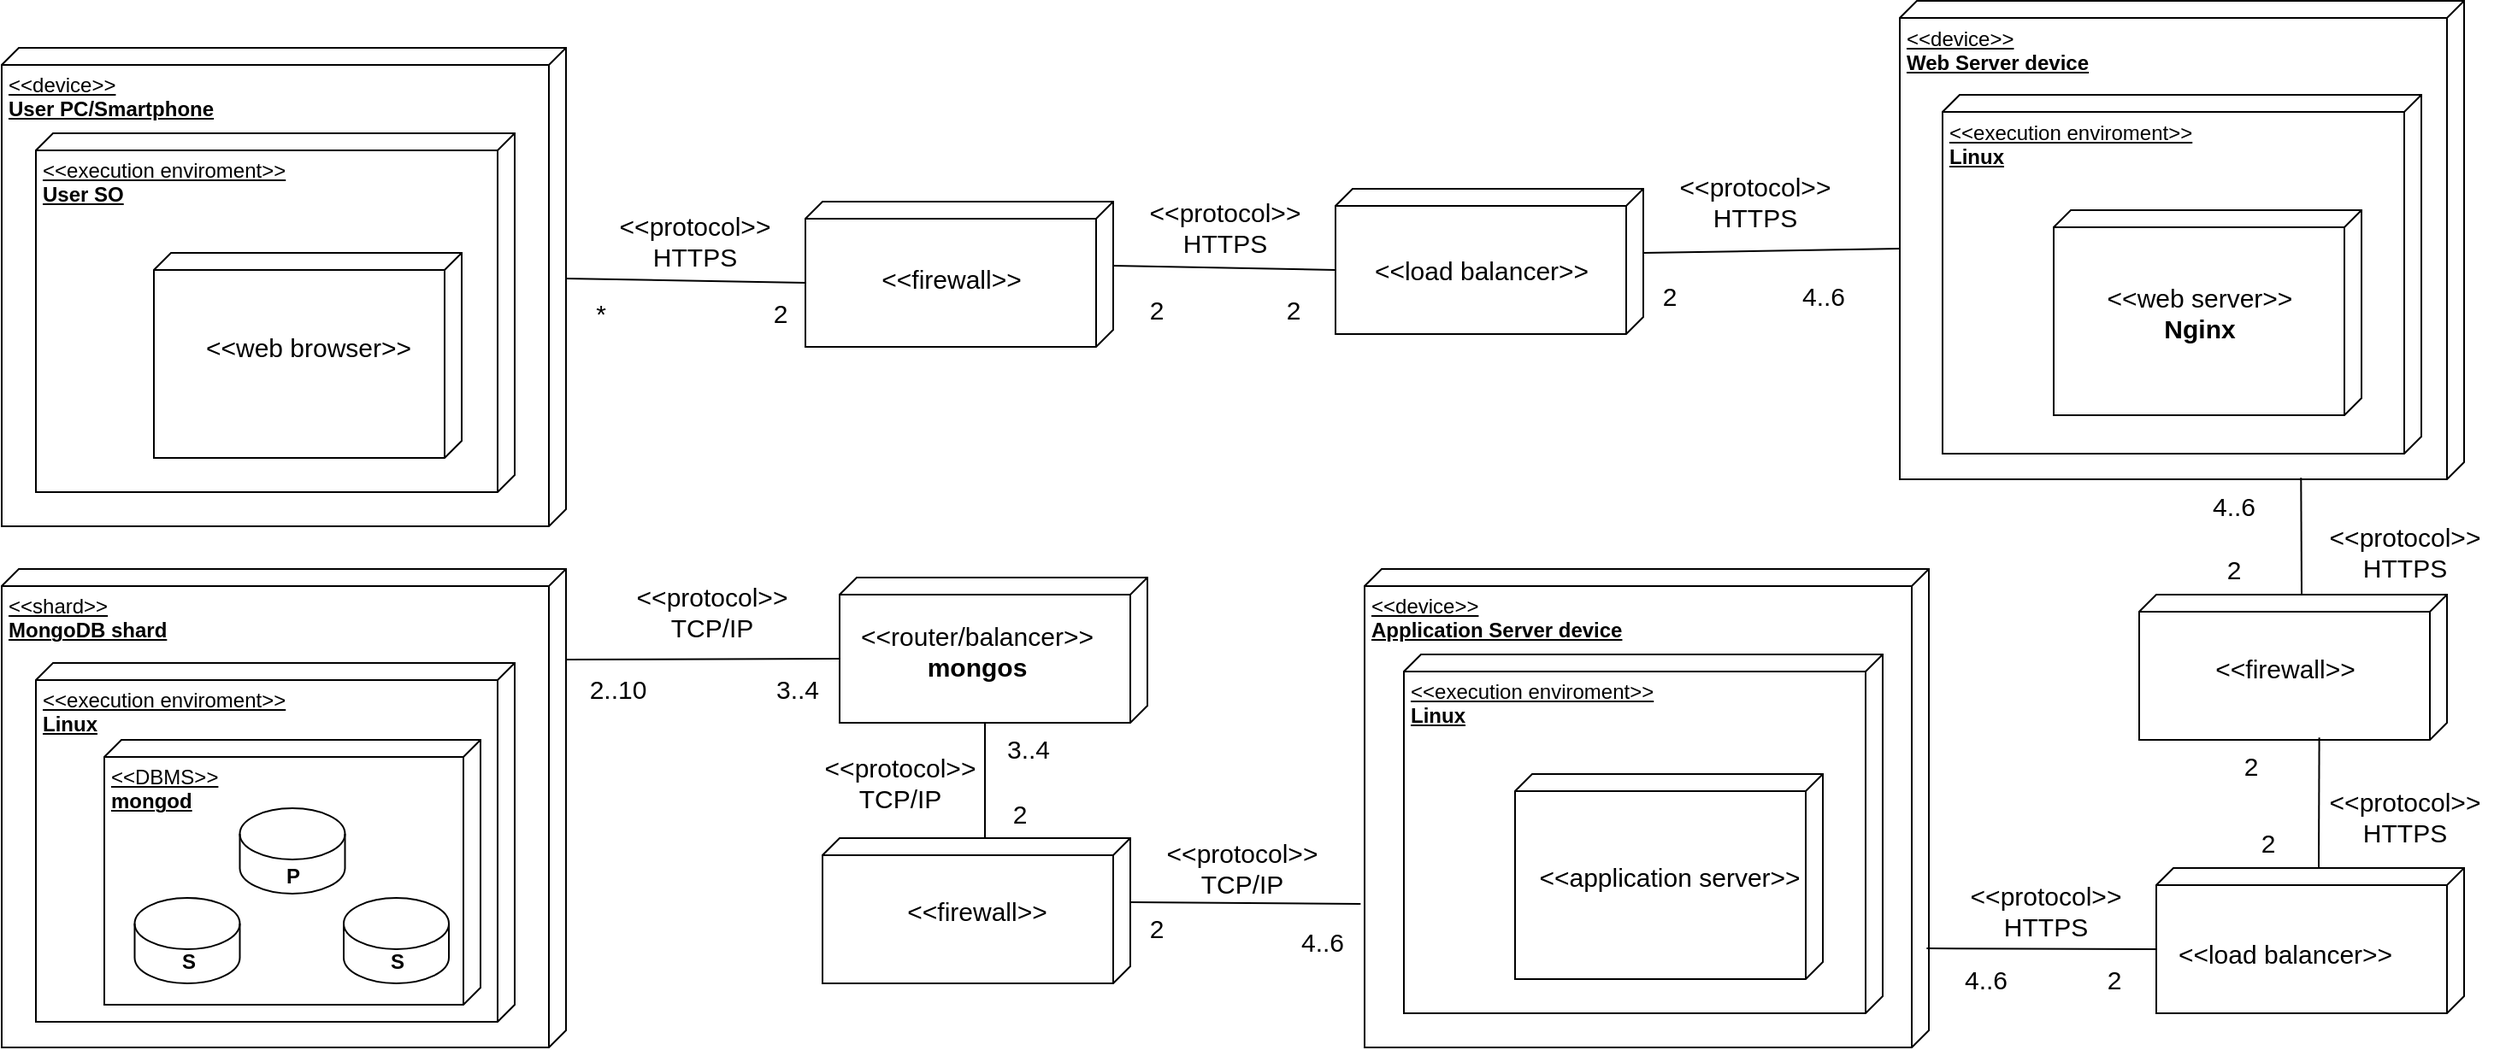
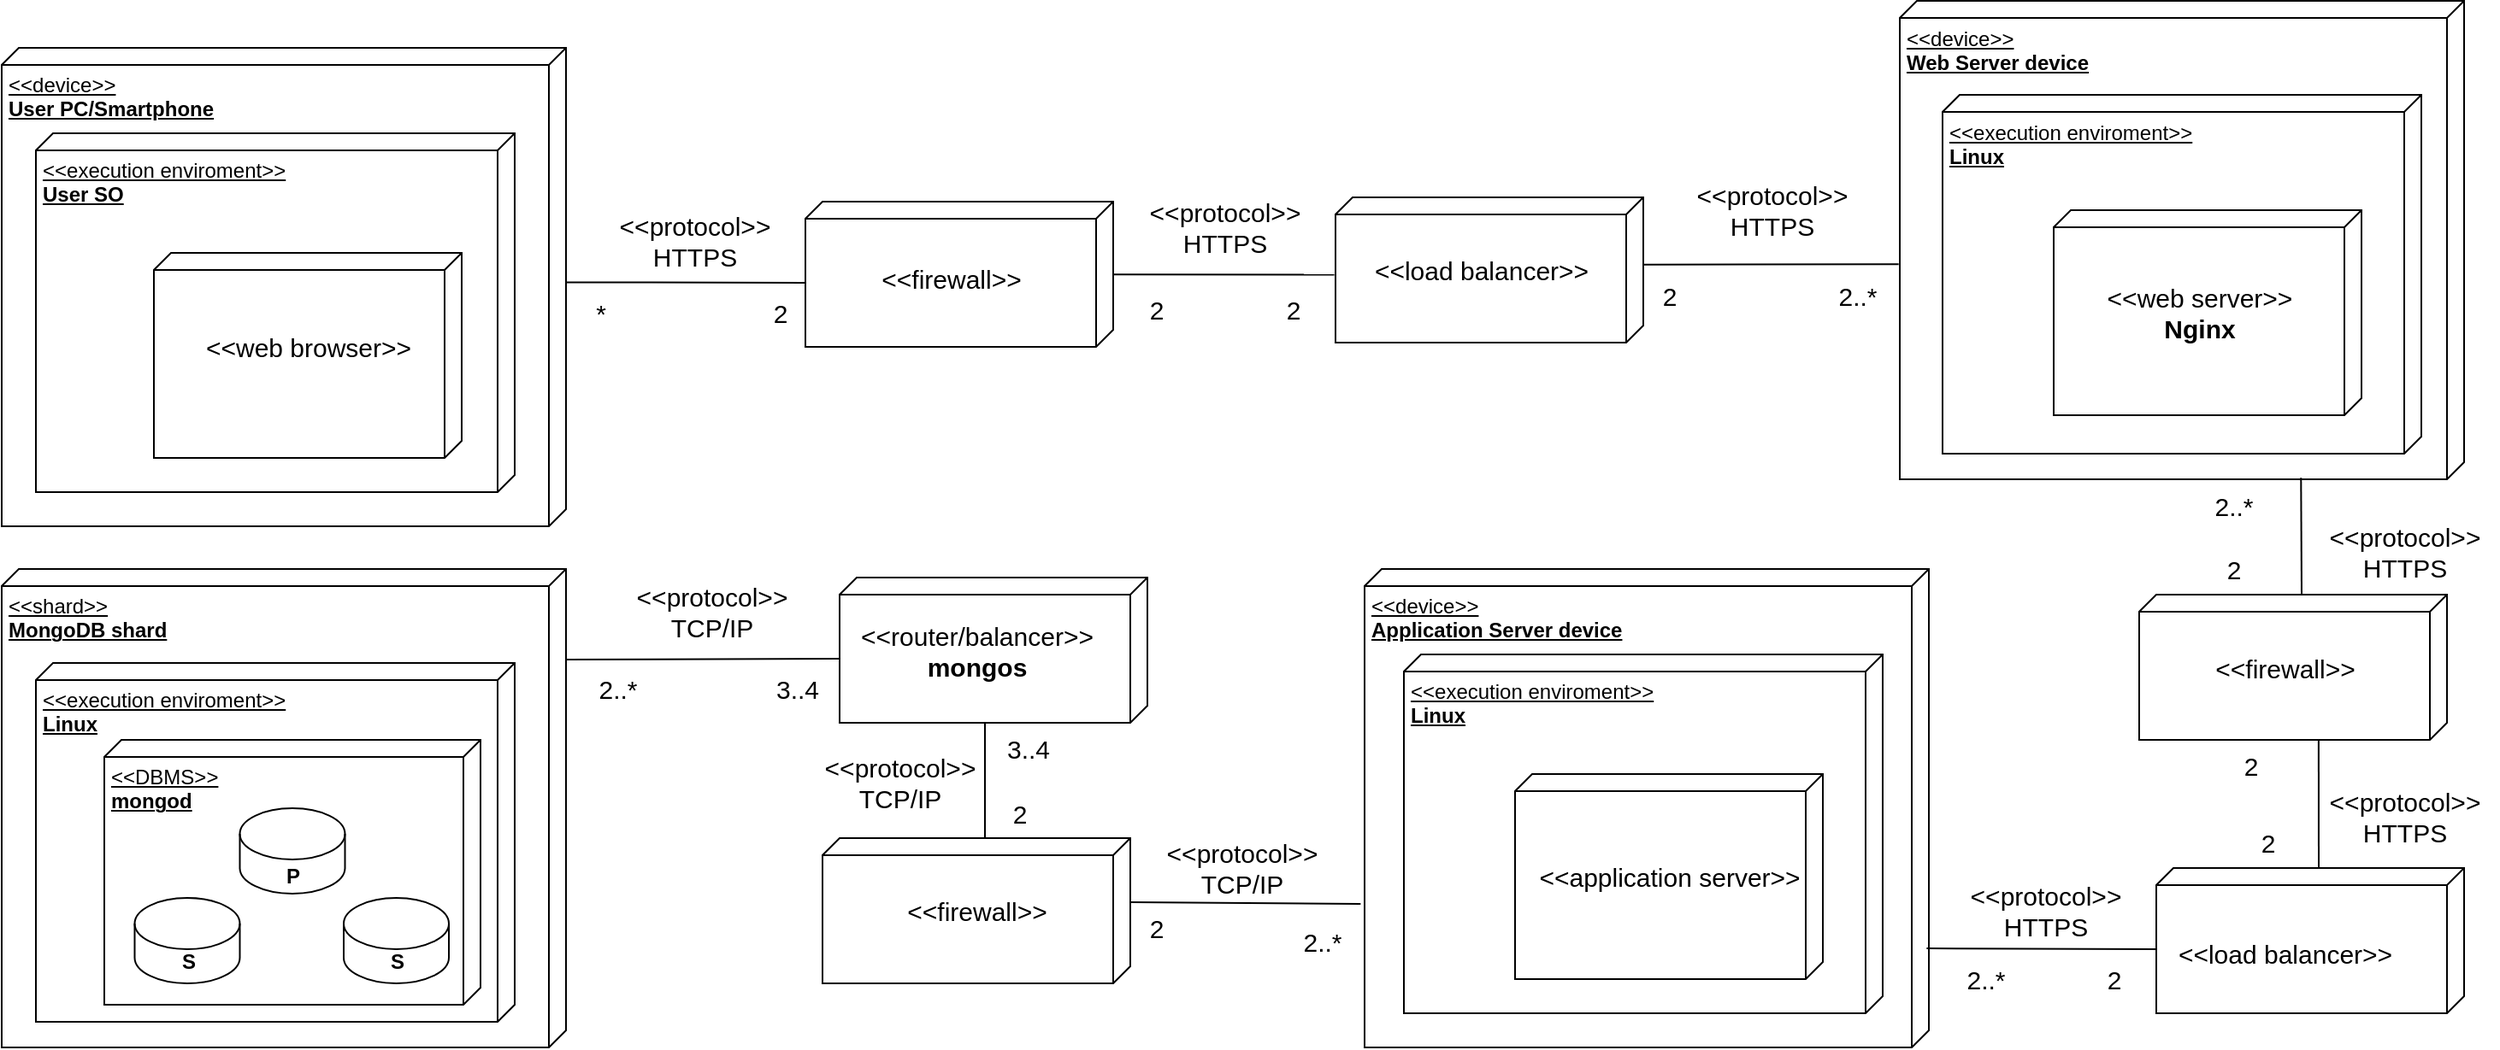
- <mxfile host="app.diagrams.net" agent="Mozilla/5.0 (Macintosh; Intel Mac OS X 10_15_7) AppleWebKit/537.36 (KHTML, like Gecko) Chrome/131.0.0.0 Safari/537.36" version="25.0.3">
+ <mxfile host="app.diagrams.net" agent="Mozilla/5.0 (Macintosh; Intel Mac OS X 10_15_7) AppleWebKit/605.1.15 (KHTML, like Gecko) Version/17.6 Safari/605.1.15" version="25.0.3">
  <diagram id="JccwtnvZ46UkgfVO2CxK" name="Pagina-1">
-     <mxGraphModel dx="1095" dy="915" grid="1" gridSize="10" guides="1" tooltips="1" connect="1" arrows="1" fold="1" page="1" pageScale="1" pageWidth="827" pageHeight="1169" math="0" shadow="0">
+     <mxGraphModel dx="1968" dy="1334" grid="0" gridSize="10" guides="1" tooltips="1" connect="1" arrows="1" fold="1" page="1" pageScale="1" pageWidth="827" pageHeight="1169" math="0" shadow="0">
      <root>
        <mxCell id="0" />
        <mxCell id="1" parent="0" />
-         <mxCell id="-jdkFNmnd9usdq8cUEob-1" value="Block" style="verticalAlign=top;align=left;spacingTop=8;spacingLeft=2;spacingRight=12;shape=cube;size=10;direction=south;fontStyle=4;html=1;whiteSpace=wrap;" vertex="1" parent="1">
+         <mxCell id="-jdkFNmnd9usdq8cUEob-1" value="Block" style="verticalAlign=top;align=left;spacingTop=8;spacingLeft=2;spacingRight=12;shape=cube;size=10;direction=south;fontStyle=4;html=1;whiteSpace=wrap;" parent="1" vertex="1">
          <mxGeometry x="180" y="270" width="180" height="120" as="geometry" />
        </mxCell>
-         <mxCell id="-jdkFNmnd9usdq8cUEob-2" value="&amp;lt;&amp;lt;device&amp;gt;&amp;gt;&lt;div&gt;&lt;b&gt;User PC/Smartphone&lt;/b&gt;&lt;/div&gt;" style="verticalAlign=top;align=left;spacingTop=8;spacingLeft=2;spacingRight=12;shape=cube;size=10;direction=south;fontStyle=4;html=1;whiteSpace=wrap;" vertex="1" parent="1">
+         <mxCell id="-jdkFNmnd9usdq8cUEob-2" value="&amp;lt;&amp;lt;device&amp;gt;&amp;gt;&lt;div&gt;&lt;b&gt;User PC/Smartphone&lt;/b&gt;&lt;/div&gt;" style="verticalAlign=top;align=left;spacingTop=8;spacingLeft=2;spacingRight=12;shape=cube;size=10;direction=south;fontStyle=4;html=1;whiteSpace=wrap;" parent="1" vertex="1">
          <mxGeometry x="30" y="130" width="330" height="280" as="geometry" />
        </mxCell>
-         <mxCell id="-jdkFNmnd9usdq8cUEob-3" value="&amp;lt;&amp;lt;execution enviroment&amp;gt;&amp;gt;&lt;div&gt;&lt;b&gt;User SO&lt;/b&gt;&lt;/div&gt;" style="verticalAlign=top;align=left;spacingTop=8;spacingLeft=2;spacingRight=12;shape=cube;size=10;direction=south;fontStyle=4;html=1;whiteSpace=wrap;" vertex="1" parent="1">
+         <mxCell id="-jdkFNmnd9usdq8cUEob-3" value="&amp;lt;&amp;lt;execution enviroment&amp;gt;&amp;gt;&lt;div&gt;&lt;b&gt;User SO&lt;/b&gt;&lt;/div&gt;" style="verticalAlign=top;align=left;spacingTop=8;spacingLeft=2;spacingRight=12;shape=cube;size=10;direction=south;fontStyle=4;html=1;whiteSpace=wrap;" parent="1" vertex="1">
          <mxGeometry x="50" y="180" width="280" height="210" as="geometry" />
        </mxCell>
-         <mxCell id="-jdkFNmnd9usdq8cUEob-6" value="" style="verticalAlign=top;align=left;spacingTop=8;spacingLeft=2;spacingRight=12;shape=cube;size=10;direction=south;fontStyle=4;html=1;whiteSpace=wrap;" vertex="1" parent="1">
+         <mxCell id="-jdkFNmnd9usdq8cUEob-6" value="" style="verticalAlign=top;align=left;spacingTop=8;spacingLeft=2;spacingRight=12;shape=cube;size=10;direction=south;fontStyle=4;html=1;whiteSpace=wrap;" parent="1" vertex="1">
          <mxGeometry x="119" y="250" width="180" height="120" as="geometry" />
        </mxCell>
-         <mxCell id="-jdkFNmnd9usdq8cUEob-8" value="&lt;font style=&quot;font-size: 15px;&quot;&gt;&amp;lt;&amp;lt;web browser&amp;gt;&amp;gt;&lt;/font&gt;" style="text;html=1;align=center;verticalAlign=middle;resizable=0;points=[];autosize=1;strokeColor=none;fillColor=none;" vertex="1" parent="1">
+         <mxCell id="-jdkFNmnd9usdq8cUEob-8" value="&lt;font style=&quot;font-size: 15px;&quot;&gt;&amp;lt;&amp;lt;web browser&amp;gt;&amp;gt;&lt;/font&gt;" style="text;html=1;align=center;verticalAlign=middle;resizable=0;points=[];autosize=1;strokeColor=none;fillColor=none;" parent="1" vertex="1">
          <mxGeometry x="139" y="290" width="140" height="30" as="geometry" />
        </mxCell>
-         <mxCell id="-jdkFNmnd9usdq8cUEob-9" value="" style="verticalAlign=top;align=left;spacingTop=8;spacingLeft=2;spacingRight=12;shape=cube;size=10;direction=south;fontStyle=4;html=1;whiteSpace=wrap;" vertex="1" parent="1">
+         <mxCell id="-jdkFNmnd9usdq8cUEob-9" value="" style="verticalAlign=top;align=left;spacingTop=8;spacingLeft=2;spacingRight=12;shape=cube;size=10;direction=south;fontStyle=4;html=1;whiteSpace=wrap;" parent="1" vertex="1">
          <mxGeometry x="500" y="220" width="180" height="85" as="geometry" />
        </mxCell>
-         <mxCell id="-jdkFNmnd9usdq8cUEob-10" value="&lt;font style=&quot;font-size: 15px;&quot;&gt;&amp;lt;&amp;lt;firewall&amp;gt;&amp;gt;&lt;/font&gt;" style="text;html=1;align=center;verticalAlign=middle;resizable=0;points=[];autosize=1;strokeColor=none;fillColor=none;" vertex="1" parent="1">
+         <mxCell id="-jdkFNmnd9usdq8cUEob-10" value="&lt;font style=&quot;font-size: 15px;&quot;&gt;&amp;lt;&amp;lt;firewall&amp;gt;&amp;gt;&lt;/font&gt;" style="text;html=1;align=center;verticalAlign=middle;resizable=0;points=[];autosize=1;strokeColor=none;fillColor=none;" parent="1" vertex="1">
          <mxGeometry x="530" y="250" width="110" height="30" as="geometry" />
        </mxCell>
-         <mxCell id="-jdkFNmnd9usdq8cUEob-11" value="" style="endArrow=none;html=1;rounded=0;entryX=0;entryY=0;entryDx=47.5;entryDy=180;entryPerimeter=0;exitX=0;exitY=0;exitDx=135;exitDy=0;exitPerimeter=0;" edge="1" parent="1" source="-jdkFNmnd9usdq8cUEob-2" target="-jdkFNmnd9usdq8cUEob-9">
+         <mxCell id="-jdkFNmnd9usdq8cUEob-11" value="" style="endArrow=none;html=1;rounded=0;entryX=0;entryY=0;entryDx=47.5;entryDy=180;entryPerimeter=0;exitX=0.49;exitY=0;exitDx=0;exitDy=0;exitPerimeter=0;" parent="1" source="-jdkFNmnd9usdq8cUEob-2" target="-jdkFNmnd9usdq8cUEob-9" edge="1">
          <mxGeometry width="50" height="50" relative="1" as="geometry">
            <mxPoint x="490" y="470" as="sourcePoint" />
            <mxPoint x="540" y="420" as="targetPoint" />
          </mxGeometry>
        </mxCell>
-         <mxCell id="-jdkFNmnd9usdq8cUEob-13" value="&lt;div&gt;&lt;font style=&quot;font-size: 15px;&quot;&gt;&amp;lt;&amp;lt;protocol&amp;gt;&amp;gt;&lt;/font&gt;&lt;/div&gt;&lt;font style=&quot;font-size: 15px;&quot;&gt;HTTPS&lt;/font&gt;" style="text;html=1;align=center;verticalAlign=middle;resizable=0;points=[];autosize=1;strokeColor=none;fillColor=none;" vertex="1" parent="1">
+         <mxCell id="-jdkFNmnd9usdq8cUEob-13" value="&lt;div&gt;&lt;font style=&quot;font-size: 15px;&quot;&gt;&amp;lt;&amp;lt;protocol&amp;gt;&amp;gt;&lt;/font&gt;&lt;/div&gt;&lt;font style=&quot;font-size: 15px;&quot;&gt;HTTPS&lt;/font&gt;" style="text;html=1;align=center;verticalAlign=middle;resizable=0;points=[];autosize=1;strokeColor=none;fillColor=none;" parent="1" vertex="1">
          <mxGeometry x="380" y="217.5" width="110" height="50" as="geometry" />
        </mxCell>
-         <mxCell id="-jdkFNmnd9usdq8cUEob-15" value="" style="verticalAlign=top;align=left;spacingTop=8;spacingLeft=2;spacingRight=12;shape=cube;size=10;direction=south;fontStyle=4;html=1;whiteSpace=wrap;" vertex="1" parent="1">
-           <mxGeometry x="810" y="212.5" width="180" height="85" as="geometry" />
-         </mxCell>
-         <mxCell id="-jdkFNmnd9usdq8cUEob-16" value="" style="endArrow=none;html=1;rounded=0;entryX=0;entryY=0;entryDx=47.5;entryDy=180;entryPerimeter=0;exitX=0;exitY=0;exitDx=37.5;exitDy=0;exitPerimeter=0;" edge="1" parent="1" source="-jdkFNmnd9usdq8cUEob-9" target="-jdkFNmnd9usdq8cUEob-15">
+         <mxCell id="-jdkFNmnd9usdq8cUEob-15" value="" style="verticalAlign=top;align=left;spacingTop=8;spacingLeft=2;spacingRight=12;shape=cube;size=10;direction=south;fontStyle=4;html=1;whiteSpace=wrap;" parent="1" vertex="1">
+           <mxGeometry x="810" y="217.5" width="180" height="85" as="geometry" />
+         </mxCell>
+         <mxCell id="-jdkFNmnd9usdq8cUEob-16" value="" style="endArrow=none;html=1;rounded=0;entryX=0.533;entryY=1.004;entryDx=0;entryDy=0;entryPerimeter=0;" parent="1" source="-jdkFNmnd9usdq8cUEob-9" target="-jdkFNmnd9usdq8cUEob-15" edge="1">
          <mxGeometry width="50" height="50" relative="1" as="geometry">
            <mxPoint x="690" y="370" as="sourcePoint" />
            <mxPoint x="740" y="320" as="targetPoint" />
          </mxGeometry>
        </mxCell>
-         <mxCell id="-jdkFNmnd9usdq8cUEob-18" value="&lt;div&gt;&lt;font style=&quot;font-size: 15px;&quot;&gt;&amp;lt;&amp;lt;protocol&amp;gt;&amp;gt;&lt;/font&gt;&lt;/div&gt;&lt;span style=&quot;font-size: 15px;&quot;&gt;HTTPS&lt;/span&gt;" style="text;html=1;align=center;verticalAlign=middle;resizable=0;points=[];autosize=1;strokeColor=none;fillColor=none;" vertex="1" parent="1">
+         <mxCell id="-jdkFNmnd9usdq8cUEob-18" value="&lt;div&gt;&lt;font style=&quot;font-size: 15px;&quot;&gt;&amp;lt;&amp;lt;protocol&amp;gt;&amp;gt;&lt;/font&gt;&lt;/div&gt;&lt;span style=&quot;font-size: 15px;&quot;&gt;HTTPS&lt;/span&gt;" style="text;html=1;align=center;verticalAlign=middle;resizable=0;points=[];autosize=1;strokeColor=none;fillColor=none;" parent="1" vertex="1">
          <mxGeometry x="690" y="210" width="110" height="50" as="geometry" />
        </mxCell>
-         <mxCell id="-jdkFNmnd9usdq8cUEob-19" value="&lt;font style=&quot;font-size: 15px;&quot;&gt;&amp;lt;&amp;lt;load balancer&amp;gt;&amp;gt;&lt;/font&gt;" style="text;html=1;align=center;verticalAlign=middle;resizable=0;points=[];autosize=1;strokeColor=none;fillColor=none;" vertex="1" parent="1">
+         <mxCell id="-jdkFNmnd9usdq8cUEob-19" value="&lt;font style=&quot;font-size: 15px;&quot;&gt;&amp;lt;&amp;lt;load balancer&amp;gt;&amp;gt;&lt;/font&gt;" style="text;html=1;align=center;verticalAlign=middle;resizable=0;points=[];autosize=1;strokeColor=none;fillColor=none;" parent="1" vertex="1">
          <mxGeometry x="820" y="245" width="150" height="30" as="geometry" />
        </mxCell>
-         <mxCell id="-jdkFNmnd9usdq8cUEob-20" value="&lt;font style=&quot;font-size: 15px;&quot;&gt;2&lt;/font&gt;" style="text;html=1;align=center;verticalAlign=middle;resizable=0;points=[];autosize=1;strokeColor=none;fillColor=none;" vertex="1" parent="1">
+         <mxCell id="-jdkFNmnd9usdq8cUEob-20" value="&lt;font style=&quot;font-size: 15px;&quot;&gt;2&lt;/font&gt;" style="text;html=1;align=center;verticalAlign=middle;resizable=0;points=[];autosize=1;strokeColor=none;fillColor=none;" parent="1" vertex="1">
          <mxGeometry x="470" y="270" width="30" height="30" as="geometry" />
        </mxCell>
-         <mxCell id="-jdkFNmnd9usdq8cUEob-21" value="&lt;font style=&quot;font-size: 15px;&quot;&gt;2&lt;/font&gt;" style="text;html=1;align=center;verticalAlign=middle;resizable=0;points=[];autosize=1;strokeColor=none;fillColor=none;" vertex="1" parent="1">
+         <mxCell id="-jdkFNmnd9usdq8cUEob-21" value="&lt;font style=&quot;font-size: 15px;&quot;&gt;2&lt;/font&gt;" style="text;html=1;align=center;verticalAlign=middle;resizable=0;points=[];autosize=1;strokeColor=none;fillColor=none;" parent="1" vertex="1">
          <mxGeometry x="690" y="267.5" width="30" height="30" as="geometry" />
        </mxCell>
-         <mxCell id="-jdkFNmnd9usdq8cUEob-22" value="&lt;font style=&quot;font-size: 15px;&quot;&gt;2&lt;/font&gt;" style="text;html=1;align=center;verticalAlign=middle;resizable=0;points=[];autosize=1;strokeColor=none;fillColor=none;" vertex="1" parent="1">
+         <mxCell id="-jdkFNmnd9usdq8cUEob-22" value="&lt;font style=&quot;font-size: 15px;&quot;&gt;2&lt;/font&gt;" style="text;html=1;align=center;verticalAlign=middle;resizable=0;points=[];autosize=1;strokeColor=none;fillColor=none;" parent="1" vertex="1">
          <mxGeometry x="770" y="267.5" width="30" height="30" as="geometry" />
        </mxCell>
-         <mxCell id="-jdkFNmnd9usdq8cUEob-24" value="&amp;lt;&amp;lt;device&amp;gt;&amp;gt;&lt;div&gt;&lt;b&gt;Web Server device&lt;/b&gt;&lt;/div&gt;" style="verticalAlign=top;align=left;spacingTop=8;spacingLeft=2;spacingRight=12;shape=cube;size=10;direction=south;fontStyle=4;html=1;whiteSpace=wrap;" vertex="1" parent="1">
+         <mxCell id="-jdkFNmnd9usdq8cUEob-24" value="&amp;lt;&amp;lt;device&amp;gt;&amp;gt;&lt;div&gt;&lt;b&gt;Web Server device&lt;/b&gt;&lt;/div&gt;" style="verticalAlign=top;align=left;spacingTop=8;spacingLeft=2;spacingRight=12;shape=cube;size=10;direction=south;fontStyle=4;html=1;whiteSpace=wrap;" parent="1" vertex="1">
          <mxGeometry x="1140" y="102.5" width="330" height="280" as="geometry" />
        </mxCell>
-         <mxCell id="-jdkFNmnd9usdq8cUEob-25" value="&amp;lt;&amp;lt;execution enviroment&amp;gt;&amp;gt;&lt;div&gt;&lt;b&gt;Linux&lt;/b&gt;&lt;/div&gt;" style="verticalAlign=top;align=left;spacingTop=8;spacingLeft=2;spacingRight=12;shape=cube;size=10;direction=south;fontStyle=4;html=1;whiteSpace=wrap;" vertex="1" parent="1">
+         <mxCell id="-jdkFNmnd9usdq8cUEob-25" value="&amp;lt;&amp;lt;execution enviroment&amp;gt;&amp;gt;&lt;div&gt;&lt;b&gt;Linux&lt;/b&gt;&lt;/div&gt;" style="verticalAlign=top;align=left;spacingTop=8;spacingLeft=2;spacingRight=12;shape=cube;size=10;direction=south;fontStyle=4;html=1;whiteSpace=wrap;" parent="1" vertex="1">
          <mxGeometry x="1165" y="157.5" width="280" height="210" as="geometry" />
        </mxCell>
-         <mxCell id="-jdkFNmnd9usdq8cUEob-26" value="" style="verticalAlign=top;align=left;spacingTop=8;spacingLeft=2;spacingRight=12;shape=cube;size=10;direction=south;fontStyle=4;html=1;whiteSpace=wrap;" vertex="1" parent="1">
+         <mxCell id="-jdkFNmnd9usdq8cUEob-26" value="" style="verticalAlign=top;align=left;spacingTop=8;spacingLeft=2;spacingRight=12;shape=cube;size=10;direction=south;fontStyle=4;html=1;whiteSpace=wrap;" parent="1" vertex="1">
          <mxGeometry x="1230" y="225" width="180" height="120" as="geometry" />
        </mxCell>
-         <mxCell id="-jdkFNmnd9usdq8cUEob-27" value="&lt;font style=&quot;font-size: 15px;&quot;&gt;&amp;lt;&amp;lt;web server&amp;gt;&amp;gt;&lt;/font&gt;&lt;div&gt;&lt;font style=&quot;font-size: 15px;&quot;&gt;&lt;b&gt;Nginx&lt;/b&gt;&lt;/font&gt;&lt;/div&gt;" style="text;html=1;align=center;verticalAlign=middle;resizable=0;points=[];autosize=1;strokeColor=none;fillColor=none;" vertex="1" parent="1">
+         <mxCell id="-jdkFNmnd9usdq8cUEob-27" value="&lt;font style=&quot;font-size: 15px;&quot;&gt;&amp;lt;&amp;lt;web server&amp;gt;&amp;gt;&lt;/font&gt;&lt;div&gt;&lt;font style=&quot;font-size: 15px;&quot;&gt;&lt;b&gt;Nginx&lt;/b&gt;&lt;/font&gt;&lt;/div&gt;" style="text;html=1;align=center;verticalAlign=middle;resizable=0;points=[];autosize=1;strokeColor=none;fillColor=none;" parent="1" vertex="1">
          <mxGeometry x="1250" y="260" width="130" height="50" as="geometry" />
        </mxCell>
-         <mxCell id="-jdkFNmnd9usdq8cUEob-28" value="" style="endArrow=none;html=1;rounded=0;exitX=0;exitY=0;exitDx=145;exitDy=330;exitPerimeter=0;entryX=0;entryY=0;entryDx=37.5;entryDy=0;entryPerimeter=0;" edge="1" parent="1" source="-jdkFNmnd9usdq8cUEob-24" target="-jdkFNmnd9usdq8cUEob-15">
-           <mxGeometry width="50" height="50" relative="1" as="geometry">
-             <mxPoint x="1040" y="200" as="sourcePoint" />
-             <mxPoint x="1090" y="150" as="targetPoint" />
-           </mxGeometry>
-         </mxCell>
-         <mxCell id="-jdkFNmnd9usdq8cUEob-29" value="&lt;div&gt;&lt;font style=&quot;font-size: 15px;&quot;&gt;&amp;lt;&amp;lt;protocol&amp;gt;&amp;gt;&lt;/font&gt;&lt;/div&gt;&lt;span style=&quot;font-size: 15px;&quot;&gt;HTTPS&lt;/span&gt;" style="text;html=1;align=center;verticalAlign=middle;resizable=0;points=[];autosize=1;strokeColor=none;fillColor=none;" vertex="1" parent="1">
-           <mxGeometry x="1000" y="195" width="110" height="50" as="geometry" />
-         </mxCell>
-         <mxCell id="-jdkFNmnd9usdq8cUEob-30" value="&lt;font style=&quot;font-size: 15px;&quot;&gt;*&lt;/font&gt;" style="text;html=1;align=center;verticalAlign=middle;resizable=0;points=[];autosize=1;strokeColor=none;fillColor=none;" vertex="1" parent="1">
+         <mxCell id="-jdkFNmnd9usdq8cUEob-28" value="" style="endArrow=none;html=1;rounded=0;exitX=0.561;exitY=1.002;exitDx=0;exitDy=0;exitPerimeter=0;" parent="1" edge="1">
+           <mxGeometry width="50" height="50" relative="1" as="geometry">
+             <mxPoint x="1139.34" y="256.58000000000015" as="sourcePoint" />
+             <mxPoint x="990" y="256.8420656806218" as="targetPoint" />
+           </mxGeometry>
+         </mxCell>
+         <mxCell id="-jdkFNmnd9usdq8cUEob-29" value="&lt;div&gt;&lt;font style=&quot;font-size: 15px;&quot;&gt;&amp;lt;&amp;lt;protocol&amp;gt;&amp;gt;&lt;/font&gt;&lt;/div&gt;&lt;span style=&quot;font-size: 15px;&quot;&gt;HTTPS&lt;/span&gt;" style="text;html=1;align=center;verticalAlign=middle;resizable=0;points=[];autosize=1;strokeColor=none;fillColor=none;" parent="1" vertex="1">
+           <mxGeometry x="1010" y="200" width="110" height="50" as="geometry" />
+         </mxCell>
+         <mxCell id="-jdkFNmnd9usdq8cUEob-30" value="&lt;font style=&quot;font-size: 15px;&quot;&gt;*&lt;/font&gt;" style="text;html=1;align=center;verticalAlign=middle;resizable=0;points=[];autosize=1;strokeColor=none;fillColor=none;" parent="1" vertex="1">
          <mxGeometry x="365" y="270" width="30" height="30" as="geometry" />
        </mxCell>
-         <mxCell id="-jdkFNmnd9usdq8cUEob-31" value="&lt;font style=&quot;font-size: 15px;&quot;&gt;2&lt;/font&gt;" style="text;html=1;align=center;verticalAlign=middle;resizable=0;points=[];autosize=1;strokeColor=none;fillColor=none;" vertex="1" parent="1">
+         <mxCell id="-jdkFNmnd9usdq8cUEob-31" value="&lt;font style=&quot;font-size: 15px;&quot;&gt;2&lt;/font&gt;" style="text;html=1;align=center;verticalAlign=middle;resizable=0;points=[];autosize=1;strokeColor=none;fillColor=none;" parent="1" vertex="1">
          <mxGeometry x="990" y="260" width="30" height="30" as="geometry" />
        </mxCell>
-         <mxCell id="-jdkFNmnd9usdq8cUEob-32" value="&lt;font style=&quot;font-size: 15px;&quot;&gt;4..6&lt;/font&gt;" style="text;html=1;align=center;verticalAlign=middle;resizable=0;points=[];autosize=1;strokeColor=none;fillColor=none;" vertex="1" parent="1">
-           <mxGeometry x="1070" y="260" width="50" height="30" as="geometry" />
-         </mxCell>
-         <mxCell id="-jdkFNmnd9usdq8cUEob-33" value="" style="verticalAlign=top;align=left;spacingTop=8;spacingLeft=2;spacingRight=12;shape=cube;size=10;direction=south;fontStyle=4;html=1;whiteSpace=wrap;" vertex="1" parent="1">
+         <mxCell id="-jdkFNmnd9usdq8cUEob-32" value="&lt;font style=&quot;font-size: 15px;&quot;&gt;2..*&lt;/font&gt;" style="text;html=1;align=center;verticalAlign=middle;resizable=0;points=[];autosize=1;strokeColor=none;fillColor=none;" parent="1" vertex="1">
+           <mxGeometry x="1090" y="260" width="50" height="30" as="geometry" />
+         </mxCell>
+         <mxCell id="-jdkFNmnd9usdq8cUEob-33" value="" style="verticalAlign=top;align=left;spacingTop=8;spacingLeft=2;spacingRight=12;shape=cube;size=10;direction=south;fontStyle=4;html=1;whiteSpace=wrap;" parent="1" vertex="1">
          <mxGeometry x="1280" y="450" width="180" height="85" as="geometry" />
        </mxCell>
-         <mxCell id="-jdkFNmnd9usdq8cUEob-34" value="" style="endArrow=none;html=1;rounded=0;entryX=0.997;entryY=0.289;entryDx=0;entryDy=0;entryPerimeter=0;exitX=0;exitY=0;exitDx=0;exitDy=85;exitPerimeter=0;" edge="1" parent="1" source="-jdkFNmnd9usdq8cUEob-33" target="-jdkFNmnd9usdq8cUEob-24">
+         <mxCell id="-jdkFNmnd9usdq8cUEob-34" value="" style="endArrow=none;html=1;rounded=0;entryX=0.997;entryY=0.289;entryDx=0;entryDy=0;entryPerimeter=0;exitX=0;exitY=0;exitDx=0;exitDy=85;exitPerimeter=0;" parent="1" source="-jdkFNmnd9usdq8cUEob-33" target="-jdkFNmnd9usdq8cUEob-24" edge="1">
          <mxGeometry width="50" height="50" relative="1" as="geometry">
            <mxPoint x="1220" y="530" as="sourcePoint" />
            <mxPoint x="1270" y="480" as="targetPoint" />
          </mxGeometry>
        </mxCell>
-         <mxCell id="-jdkFNmnd9usdq8cUEob-35" value="&lt;font style=&quot;font-size: 15px;&quot;&gt;4..6&lt;/font&gt;" style="text;html=1;align=center;verticalAlign=middle;resizable=0;points=[];autosize=1;strokeColor=none;fillColor=none;" vertex="1" parent="1">
+         <mxCell id="-jdkFNmnd9usdq8cUEob-35" value="&lt;font style=&quot;font-size: 15px;&quot;&gt;2..*&lt;/font&gt;" style="text;html=1;align=center;verticalAlign=middle;resizable=0;points=[];autosize=1;strokeColor=none;fillColor=none;" parent="1" vertex="1">
          <mxGeometry x="1310" y="382.5" width="50" height="30" as="geometry" />
        </mxCell>
-         <mxCell id="-jdkFNmnd9usdq8cUEob-36" value="&lt;font style=&quot;font-size: 15px;&quot;&gt;2&lt;/font&gt;" style="text;html=1;align=center;verticalAlign=middle;resizable=0;points=[];autosize=1;strokeColor=none;fillColor=none;" vertex="1" parent="1">
+         <mxCell id="-jdkFNmnd9usdq8cUEob-36" value="&lt;font style=&quot;font-size: 15px;&quot;&gt;2&lt;/font&gt;" style="text;html=1;align=center;verticalAlign=middle;resizable=0;points=[];autosize=1;strokeColor=none;fillColor=none;" parent="1" vertex="1">
          <mxGeometry x="1320" y="420" width="30" height="30" as="geometry" />
        </mxCell>
-         <mxCell id="-jdkFNmnd9usdq8cUEob-37" value="&lt;div&gt;&lt;font style=&quot;font-size: 15px;&quot;&gt;&amp;lt;&amp;lt;protocol&amp;gt;&amp;gt;&lt;/font&gt;&lt;/div&gt;&lt;span style=&quot;font-size: 15px;&quot;&gt;HTTPS&lt;/span&gt;" style="text;html=1;align=center;verticalAlign=middle;resizable=0;points=[];autosize=1;strokeColor=none;fillColor=none;" vertex="1" parent="1">
+         <mxCell id="-jdkFNmnd9usdq8cUEob-37" value="&lt;div&gt;&lt;font style=&quot;font-size: 15px;&quot;&gt;&amp;lt;&amp;lt;protocol&amp;gt;&amp;gt;&lt;/font&gt;&lt;/div&gt;&lt;span style=&quot;font-size: 15px;&quot;&gt;HTTPS&lt;/span&gt;" style="text;html=1;align=center;verticalAlign=middle;resizable=0;points=[];autosize=1;strokeColor=none;fillColor=none;" parent="1" vertex="1">
          <mxGeometry x="1380" y="400" width="110" height="50" as="geometry" />
        </mxCell>
-         <mxCell id="-jdkFNmnd9usdq8cUEob-38" value="&lt;font style=&quot;font-size: 15px;&quot;&gt;&amp;lt;&amp;lt;firewall&amp;gt;&amp;gt;&lt;/font&gt;" style="text;html=1;align=center;verticalAlign=middle;resizable=0;points=[];autosize=1;strokeColor=none;fillColor=none;" vertex="1" parent="1">
+         <mxCell id="-jdkFNmnd9usdq8cUEob-38" value="&lt;font style=&quot;font-size: 15px;&quot;&gt;&amp;lt;&amp;lt;firewall&amp;gt;&amp;gt;&lt;/font&gt;" style="text;html=1;align=center;verticalAlign=middle;resizable=0;points=[];autosize=1;strokeColor=none;fillColor=none;" parent="1" vertex="1">
          <mxGeometry x="1310" y="477.5" width="110" height="30" as="geometry" />
        </mxCell>
-         <mxCell id="-jdkFNmnd9usdq8cUEob-39" value="" style="verticalAlign=top;align=left;spacingTop=8;spacingLeft=2;spacingRight=12;shape=cube;size=10;direction=south;fontStyle=4;html=1;whiteSpace=wrap;" vertex="1" parent="1">
+         <mxCell id="-jdkFNmnd9usdq8cUEob-39" value="" style="verticalAlign=top;align=left;spacingTop=8;spacingLeft=2;spacingRight=12;shape=cube;size=10;direction=south;fontStyle=4;html=1;whiteSpace=wrap;" parent="1" vertex="1">
          <mxGeometry x="1290" y="610" width="180" height="85" as="geometry" />
        </mxCell>
-         <mxCell id="-jdkFNmnd9usdq8cUEob-40" value="" style="endArrow=none;html=1;rounded=0;exitX=0;exitY=0;exitDx=0;exitDy=85;exitPerimeter=0;entryX=0.984;entryY=0.415;entryDx=0;entryDy=0;entryPerimeter=0;" edge="1" parent="1" source="-jdkFNmnd9usdq8cUEob-39" target="-jdkFNmnd9usdq8cUEob-33">
+         <mxCell id="-jdkFNmnd9usdq8cUEob-40" value="" style="endArrow=none;html=1;rounded=0;exitX=0;exitY=0;exitDx=0;exitDy=85;exitPerimeter=0;entryX=0.997;entryY=0.417;entryDx=0;entryDy=0;entryPerimeter=0;" parent="1" source="-jdkFNmnd9usdq8cUEob-39" target="-jdkFNmnd9usdq8cUEob-33" edge="1">
          <mxGeometry width="50" height="50" relative="1" as="geometry">
            <mxPoint x="1120" y="520" as="sourcePoint" />
            <mxPoint x="1385" y="530" as="targetPoint" />
          </mxGeometry>
        </mxCell>
-         <mxCell id="-jdkFNmnd9usdq8cUEob-41" value="&lt;font style=&quot;font-size: 15px;&quot;&gt;2&lt;/font&gt;" style="text;html=1;align=center;verticalAlign=middle;resizable=0;points=[];autosize=1;strokeColor=none;fillColor=none;" vertex="1" parent="1">
+         <mxCell id="-jdkFNmnd9usdq8cUEob-41" value="&lt;font style=&quot;font-size: 15px;&quot;&gt;2&lt;/font&gt;" style="text;html=1;align=center;verticalAlign=middle;resizable=0;points=[];autosize=1;strokeColor=none;fillColor=none;" parent="1" vertex="1">
          <mxGeometry x="1330" y="535" width="30" height="30" as="geometry" />
        </mxCell>
-         <mxCell id="-jdkFNmnd9usdq8cUEob-42" value="&lt;font style=&quot;font-size: 15px;&quot;&gt;2&lt;/font&gt;" style="text;html=1;align=center;verticalAlign=middle;resizable=0;points=[];autosize=1;strokeColor=none;fillColor=none;" vertex="1" parent="1">
+         <mxCell id="-jdkFNmnd9usdq8cUEob-42" value="&lt;font style=&quot;font-size: 15px;&quot;&gt;2&lt;/font&gt;" style="text;html=1;align=center;verticalAlign=middle;resizable=0;points=[];autosize=1;strokeColor=none;fillColor=none;" parent="1" vertex="1">
          <mxGeometry x="1340" y="580" width="30" height="30" as="geometry" />
        </mxCell>
-         <mxCell id="-jdkFNmnd9usdq8cUEob-43" value="&lt;div&gt;&lt;font style=&quot;font-size: 15px;&quot;&gt;&amp;lt;&amp;lt;protocol&amp;gt;&amp;gt;&lt;/font&gt;&lt;/div&gt;&lt;span style=&quot;font-size: 15px;&quot;&gt;HTTPS&lt;/span&gt;" style="text;html=1;align=center;verticalAlign=middle;resizable=0;points=[];autosize=1;strokeColor=none;fillColor=none;" vertex="1" parent="1">
+         <mxCell id="-jdkFNmnd9usdq8cUEob-43" value="&lt;div&gt;&lt;font style=&quot;font-size: 15px;&quot;&gt;&amp;lt;&amp;lt;protocol&amp;gt;&amp;gt;&lt;/font&gt;&lt;/div&gt;&lt;span style=&quot;font-size: 15px;&quot;&gt;HTTPS&lt;/span&gt;" style="text;html=1;align=center;verticalAlign=middle;resizable=0;points=[];autosize=1;strokeColor=none;fillColor=none;" parent="1" vertex="1">
          <mxGeometry x="1380" y="555" width="110" height="50" as="geometry" />
        </mxCell>
-         <mxCell id="-jdkFNmnd9usdq8cUEob-44" value="&lt;font style=&quot;font-size: 15px;&quot;&gt;&amp;lt;&amp;lt;load balancer&amp;gt;&amp;gt;&lt;/font&gt;" style="text;html=1;align=center;verticalAlign=middle;resizable=0;points=[];autosize=1;strokeColor=none;fillColor=none;" vertex="1" parent="1">
+         <mxCell id="-jdkFNmnd9usdq8cUEob-44" value="&lt;font style=&quot;font-size: 15px;&quot;&gt;&amp;lt;&amp;lt;load balancer&amp;gt;&amp;gt;&lt;/font&gt;" style="text;html=1;align=center;verticalAlign=middle;resizable=0;points=[];autosize=1;strokeColor=none;fillColor=none;" parent="1" vertex="1">
          <mxGeometry x="1290" y="645" width="150" height="30" as="geometry" />
        </mxCell>
-         <mxCell id="-jdkFNmnd9usdq8cUEob-45" value="Block" style="verticalAlign=top;align=left;spacingTop=8;spacingLeft=2;spacingRight=12;shape=cube;size=10;direction=south;fontStyle=4;html=1;whiteSpace=wrap;" vertex="1" parent="1">
+         <mxCell id="-jdkFNmnd9usdq8cUEob-45" value="Block" style="verticalAlign=top;align=left;spacingTop=8;spacingLeft=2;spacingRight=12;shape=cube;size=10;direction=south;fontStyle=4;html=1;whiteSpace=wrap;" parent="1" vertex="1">
          <mxGeometry x="890" y="575" width="180" height="120" as="geometry" />
        </mxCell>
-         <mxCell id="-jdkFNmnd9usdq8cUEob-46" value="&amp;lt;&amp;lt;device&amp;gt;&amp;gt;&lt;div&gt;&lt;b&gt;Application Server device&lt;/b&gt;&lt;/div&gt;" style="verticalAlign=top;align=left;spacingTop=8;spacingLeft=2;spacingRight=12;shape=cube;size=10;direction=south;fontStyle=4;html=1;whiteSpace=wrap;" vertex="1" parent="1">
+         <mxCell id="-jdkFNmnd9usdq8cUEob-46" value="&amp;lt;&amp;lt;device&amp;gt;&amp;gt;&lt;div&gt;&lt;b&gt;Application Server device&lt;/b&gt;&lt;/div&gt;" style="verticalAlign=top;align=left;spacingTop=8;spacingLeft=2;spacingRight=12;shape=cube;size=10;direction=south;fontStyle=4;html=1;whiteSpace=wrap;" parent="1" vertex="1">
          <mxGeometry x="827" y="435" width="330" height="280" as="geometry" />
        </mxCell>
-         <mxCell id="-jdkFNmnd9usdq8cUEob-47" value="&amp;lt;&amp;lt;execution enviroment&amp;gt;&amp;gt;&lt;div&gt;&lt;b&gt;Linux&lt;/b&gt;&lt;/div&gt;" style="verticalAlign=top;align=left;spacingTop=8;spacingLeft=2;spacingRight=12;shape=cube;size=10;direction=south;fontStyle=4;html=1;whiteSpace=wrap;" vertex="1" parent="1">
+         <mxCell id="-jdkFNmnd9usdq8cUEob-47" value="&amp;lt;&amp;lt;execution enviroment&amp;gt;&amp;gt;&lt;div&gt;&lt;b&gt;Linux&lt;/b&gt;&lt;/div&gt;" style="verticalAlign=top;align=left;spacingTop=8;spacingLeft=2;spacingRight=12;shape=cube;size=10;direction=south;fontStyle=4;html=1;whiteSpace=wrap;" parent="1" vertex="1">
          <mxGeometry x="850" y="485" width="280" height="210" as="geometry" />
        </mxCell>
-         <mxCell id="-jdkFNmnd9usdq8cUEob-48" value="" style="verticalAlign=top;align=left;spacingTop=8;spacingLeft=2;spacingRight=12;shape=cube;size=10;direction=south;fontStyle=4;html=1;whiteSpace=wrap;" vertex="1" parent="1">
+         <mxCell id="-jdkFNmnd9usdq8cUEob-48" value="" style="verticalAlign=top;align=left;spacingTop=8;spacingLeft=2;spacingRight=12;shape=cube;size=10;direction=south;fontStyle=4;html=1;whiteSpace=wrap;" parent="1" vertex="1">
          <mxGeometry x="915" y="555" width="180" height="120" as="geometry" />
        </mxCell>
-         <mxCell id="-jdkFNmnd9usdq8cUEob-49" value="&lt;font style=&quot;font-size: 15px;&quot;&gt;&amp;lt;&amp;lt;application server&amp;gt;&amp;gt;&lt;/font&gt;" style="text;html=1;align=center;verticalAlign=middle;resizable=0;points=[];autosize=1;strokeColor=none;fillColor=none;" vertex="1" parent="1">
+         <mxCell id="-jdkFNmnd9usdq8cUEob-49" value="&lt;font style=&quot;font-size: 15px;&quot;&gt;&amp;lt;&amp;lt;application server&amp;gt;&amp;gt;&lt;/font&gt;" style="text;html=1;align=center;verticalAlign=middle;resizable=0;points=[];autosize=1;strokeColor=none;fillColor=none;" parent="1" vertex="1">
          <mxGeometry x="915" y="600" width="180" height="30" as="geometry" />
        </mxCell>
-         <mxCell id="-jdkFNmnd9usdq8cUEob-50" value="" style="endArrow=none;html=1;rounded=0;exitX=0;exitY=0;exitDx=47.5;exitDy=180;exitPerimeter=0;entryX=0.793;entryY=0.004;entryDx=0;entryDy=0;entryPerimeter=0;" edge="1" parent="1" source="-jdkFNmnd9usdq8cUEob-39" target="-jdkFNmnd9usdq8cUEob-46">
+         <mxCell id="-jdkFNmnd9usdq8cUEob-50" value="" style="endArrow=none;html=1;rounded=0;exitX=0;exitY=0;exitDx=47.5;exitDy=180;exitPerimeter=0;entryX=0.793;entryY=0.004;entryDx=0;entryDy=0;entryPerimeter=0;" parent="1" source="-jdkFNmnd9usdq8cUEob-39" target="-jdkFNmnd9usdq8cUEob-46" edge="1">
          <mxGeometry width="50" height="50" relative="1" as="geometry">
            <mxPoint x="1130" y="630" as="sourcePoint" />
            <mxPoint x="1180" y="580" as="targetPoint" />
          </mxGeometry>
        </mxCell>
-         <mxCell id="-jdkFNmnd9usdq8cUEob-51" value="&lt;font style=&quot;font-size: 15px;&quot;&gt;2&lt;/font&gt;" style="text;html=1;align=center;verticalAlign=middle;resizable=0;points=[];autosize=1;strokeColor=none;fillColor=none;" vertex="1" parent="1">
+         <mxCell id="-jdkFNmnd9usdq8cUEob-51" value="&lt;font style=&quot;font-size: 15px;&quot;&gt;2&lt;/font&gt;" style="text;html=1;align=center;verticalAlign=middle;resizable=0;points=[];autosize=1;strokeColor=none;fillColor=none;" parent="1" vertex="1">
          <mxGeometry x="1250" y="660" width="30" height="30" as="geometry" />
        </mxCell>
-         <mxCell id="-jdkFNmnd9usdq8cUEob-52" value="&lt;font style=&quot;font-size: 15px;&quot;&gt;4..6&lt;/font&gt;" style="text;html=1;align=center;verticalAlign=middle;resizable=0;points=[];autosize=1;strokeColor=none;fillColor=none;" vertex="1" parent="1">
+         <mxCell id="-jdkFNmnd9usdq8cUEob-52" value="&lt;font style=&quot;font-size: 15px;&quot;&gt;2..*&lt;/font&gt;" style="text;html=1;align=center;verticalAlign=middle;resizable=0;points=[];autosize=1;strokeColor=none;fillColor=none;" parent="1" vertex="1">
          <mxGeometry x="1165" y="660" width="50" height="30" as="geometry" />
        </mxCell>
-         <mxCell id="-jdkFNmnd9usdq8cUEob-53" value="&lt;div&gt;&lt;font style=&quot;font-size: 15px;&quot;&gt;&amp;lt;&amp;lt;protocol&amp;gt;&amp;gt;&lt;/font&gt;&lt;/div&gt;&lt;span style=&quot;font-size: 15px;&quot;&gt;HTTPS&lt;/span&gt;" style="text;html=1;align=center;verticalAlign=middle;resizable=0;points=[];autosize=1;strokeColor=none;fillColor=none;" vertex="1" parent="1">
+         <mxCell id="-jdkFNmnd9usdq8cUEob-53" value="&lt;div&gt;&lt;font style=&quot;font-size: 15px;&quot;&gt;&amp;lt;&amp;lt;protocol&amp;gt;&amp;gt;&lt;/font&gt;&lt;/div&gt;&lt;span style=&quot;font-size: 15px;&quot;&gt;HTTPS&lt;/span&gt;" style="text;html=1;align=center;verticalAlign=middle;resizable=0;points=[];autosize=1;strokeColor=none;fillColor=none;" parent="1" vertex="1">
          <mxGeometry x="1170" y="610" width="110" height="50" as="geometry" />
        </mxCell>
-         <mxCell id="-jdkFNmnd9usdq8cUEob-54" value="" style="verticalAlign=top;align=left;spacingTop=8;spacingLeft=2;spacingRight=12;shape=cube;size=10;direction=south;fontStyle=4;html=1;whiteSpace=wrap;" vertex="1" parent="1">
+         <mxCell id="-jdkFNmnd9usdq8cUEob-54" value="" style="verticalAlign=top;align=left;spacingTop=8;spacingLeft=2;spacingRight=12;shape=cube;size=10;direction=south;fontStyle=4;html=1;whiteSpace=wrap;" parent="1" vertex="1">
          <mxGeometry x="510" y="592.5" width="180" height="85" as="geometry" />
        </mxCell>
-         <mxCell id="-jdkFNmnd9usdq8cUEob-55" value="&lt;font style=&quot;font-size: 15px;&quot;&gt;&amp;lt;&amp;lt;firewall&amp;gt;&amp;gt;&lt;/font&gt;" style="text;html=1;align=center;verticalAlign=middle;resizable=0;points=[];autosize=1;strokeColor=none;fillColor=none;" vertex="1" parent="1">
+         <mxCell id="-jdkFNmnd9usdq8cUEob-55" value="&lt;font style=&quot;font-size: 15px;&quot;&gt;&amp;lt;&amp;lt;firewall&amp;gt;&amp;gt;&lt;/font&gt;" style="text;html=1;align=center;verticalAlign=middle;resizable=0;points=[];autosize=1;strokeColor=none;fillColor=none;" parent="1" vertex="1">
          <mxGeometry x="545" y="620" width="110" height="30" as="geometry" />
        </mxCell>
-         <mxCell id="-jdkFNmnd9usdq8cUEob-56" value="" style="endArrow=none;html=1;rounded=0;entryX=0;entryY=0;entryDx=37.5;entryDy=0;entryPerimeter=0;exitX=0.7;exitY=1.007;exitDx=0;exitDy=0;exitPerimeter=0;" edge="1" parent="1" source="-jdkFNmnd9usdq8cUEob-46" target="-jdkFNmnd9usdq8cUEob-54">
+         <mxCell id="-jdkFNmnd9usdq8cUEob-56" value="" style="endArrow=none;html=1;rounded=0;entryX=0;entryY=0;entryDx=37.5;entryDy=0;entryPerimeter=0;exitX=0.7;exitY=1.007;exitDx=0;exitDy=0;exitPerimeter=0;" parent="1" source="-jdkFNmnd9usdq8cUEob-46" target="-jdkFNmnd9usdq8cUEob-54" edge="1">
          <mxGeometry width="50" height="50" relative="1" as="geometry">
            <mxPoint x="580" y="550" as="sourcePoint" />
            <mxPoint x="630" y="500" as="targetPoint" />
          </mxGeometry>
        </mxCell>
-         <mxCell id="-jdkFNmnd9usdq8cUEob-59" value="&amp;lt;&amp;lt;shard&amp;gt;&amp;gt;&lt;div&gt;&lt;b&gt;MongoDB shard&lt;br&gt;&lt;/b&gt;&lt;div&gt;&lt;br&gt;&lt;/div&gt;&lt;/div&gt;" style="verticalAlign=top;align=left;spacingTop=8;spacingLeft=2;spacingRight=12;shape=cube;size=10;direction=south;fontStyle=4;html=1;whiteSpace=wrap;" vertex="1" parent="1">
+         <mxCell id="-jdkFNmnd9usdq8cUEob-59" value="&amp;lt;&amp;lt;shard&amp;gt;&amp;gt;&lt;div&gt;&lt;b&gt;MongoDB shard&lt;br&gt;&lt;/b&gt;&lt;div&gt;&lt;br&gt;&lt;/div&gt;&lt;/div&gt;" style="verticalAlign=top;align=left;spacingTop=8;spacingLeft=2;spacingRight=12;shape=cube;size=10;direction=south;fontStyle=4;html=1;whiteSpace=wrap;" parent="1" vertex="1">
          <mxGeometry x="30" y="435" width="330" height="280" as="geometry" />
        </mxCell>
-         <mxCell id="-jdkFNmnd9usdq8cUEob-63" value="&amp;lt;&amp;lt;execution enviroment&amp;gt;&amp;gt;&lt;div&gt;&lt;b&gt;Linux&lt;/b&gt;&lt;/div&gt;" style="verticalAlign=top;align=left;spacingTop=8;spacingLeft=2;spacingRight=12;shape=cube;size=10;direction=south;fontStyle=4;html=1;whiteSpace=wrap;" vertex="1" parent="1">
+         <mxCell id="-jdkFNmnd9usdq8cUEob-63" value="&amp;lt;&amp;lt;execution enviroment&amp;gt;&amp;gt;&lt;div&gt;&lt;b&gt;Linux&lt;/b&gt;&lt;/div&gt;" style="verticalAlign=top;align=left;spacingTop=8;spacingLeft=2;spacingRight=12;shape=cube;size=10;direction=south;fontStyle=4;html=1;whiteSpace=wrap;" parent="1" vertex="1">
          <mxGeometry x="50" y="490" width="280" height="210" as="geometry" />
        </mxCell>
-         <mxCell id="-jdkFNmnd9usdq8cUEob-66" value="&lt;font style=&quot;font-size: 15px;&quot;&gt;4..6&lt;/font&gt;" style="text;html=1;align=center;verticalAlign=middle;resizable=0;points=[];autosize=1;strokeColor=none;fillColor=none;" vertex="1" parent="1">
+         <mxCell id="-jdkFNmnd9usdq8cUEob-66" value="&lt;font style=&quot;font-size: 15px;&quot;&gt;2..*&lt;/font&gt;" style="text;html=1;align=center;verticalAlign=middle;resizable=0;points=[];autosize=1;strokeColor=none;fillColor=none;" parent="1" vertex="1">
          <mxGeometry x="777" y="637.5" width="50" height="30" as="geometry" />
        </mxCell>
-         <mxCell id="-jdkFNmnd9usdq8cUEob-67" value="&lt;font style=&quot;font-size: 15px;&quot;&gt;2&lt;/font&gt;" style="text;html=1;align=center;verticalAlign=middle;resizable=0;points=[];autosize=1;strokeColor=none;fillColor=none;" vertex="1" parent="1">
+         <mxCell id="-jdkFNmnd9usdq8cUEob-67" value="&lt;font style=&quot;font-size: 15px;&quot;&gt;2&lt;/font&gt;" style="text;html=1;align=center;verticalAlign=middle;resizable=0;points=[];autosize=1;strokeColor=none;fillColor=none;" parent="1" vertex="1">
          <mxGeometry x="690" y="630" width="30" height="30" as="geometry" />
        </mxCell>
-         <mxCell id="-jdkFNmnd9usdq8cUEob-68" value="" style="verticalAlign=top;align=left;spacingTop=8;spacingLeft=2;spacingRight=12;shape=cube;size=10;direction=south;fontStyle=4;html=1;whiteSpace=wrap;" vertex="1" parent="1">
+         <mxCell id="-jdkFNmnd9usdq8cUEob-68" value="" style="verticalAlign=top;align=left;spacingTop=8;spacingLeft=2;spacingRight=12;shape=cube;size=10;direction=south;fontStyle=4;html=1;whiteSpace=wrap;" parent="1" vertex="1">
          <mxGeometry x="520" y="440" width="180" height="85" as="geometry" />
        </mxCell>
-         <mxCell id="-jdkFNmnd9usdq8cUEob-69" value="&lt;font style=&quot;font-size: 15px;&quot;&gt;&amp;lt;&amp;lt;router/balancer&amp;gt;&amp;gt;&lt;/font&gt;&lt;div&gt;&lt;span style=&quot;font-size: 15px;&quot;&gt;&lt;b&gt;mongos&lt;/b&gt;&lt;/span&gt;&lt;/div&gt;" style="text;html=1;align=center;verticalAlign=middle;resizable=0;points=[];autosize=1;strokeColor=none;fillColor=none;" vertex="1" parent="1">
+         <mxCell id="-jdkFNmnd9usdq8cUEob-69" value="&lt;font style=&quot;font-size: 15px;&quot;&gt;&amp;lt;&amp;lt;router/balancer&amp;gt;&amp;gt;&lt;/font&gt;&lt;div&gt;&lt;span style=&quot;font-size: 15px;&quot;&gt;&lt;b&gt;mongos&lt;/b&gt;&lt;/span&gt;&lt;/div&gt;" style="text;html=1;align=center;verticalAlign=middle;resizable=0;points=[];autosize=1;strokeColor=none;fillColor=none;" parent="1" vertex="1">
          <mxGeometry x="520" y="457.5" width="160" height="50" as="geometry" />
        </mxCell>
-         <mxCell id="-jdkFNmnd9usdq8cUEob-70" value="" style="endArrow=none;html=1;rounded=0;entryX=0;entryY=0;entryDx=47.5;entryDy=180;entryPerimeter=0;" edge="1" parent="1" target="-jdkFNmnd9usdq8cUEob-68">
+         <mxCell id="-jdkFNmnd9usdq8cUEob-70" value="" style="endArrow=none;html=1;rounded=0;entryX=0;entryY=0;entryDx=47.5;entryDy=180;entryPerimeter=0;" parent="1" target="-jdkFNmnd9usdq8cUEob-68" edge="1">
          <mxGeometry width="50" height="50" relative="1" as="geometry">
            <mxPoint x="360" y="488" as="sourcePoint" />
            <mxPoint x="430" y="730" as="targetPoint" />
          </mxGeometry>
        </mxCell>
-         <mxCell id="-jdkFNmnd9usdq8cUEob-71" value="" style="endArrow=none;html=1;rounded=0;entryX=0;entryY=0;entryDx=85;entryDy=95;entryPerimeter=0;exitX=0;exitY=0;exitDx=0;exitDy=85;exitPerimeter=0;" edge="1" parent="1" source="-jdkFNmnd9usdq8cUEob-54" target="-jdkFNmnd9usdq8cUEob-68">
+         <mxCell id="-jdkFNmnd9usdq8cUEob-71" value="" style="endArrow=none;html=1;rounded=0;entryX=0;entryY=0;entryDx=85;entryDy=95;entryPerimeter=0;exitX=0;exitY=0;exitDx=0;exitDy=85;exitPerimeter=0;" parent="1" source="-jdkFNmnd9usdq8cUEob-54" target="-jdkFNmnd9usdq8cUEob-68" edge="1">
          <mxGeometry width="50" height="50" relative="1" as="geometry">
            <mxPoint x="410" y="760" as="sourcePoint" />
            <mxPoint x="460" y="710" as="targetPoint" />
          </mxGeometry>
        </mxCell>
-         <mxCell id="-jdkFNmnd9usdq8cUEob-72" value="&lt;font style=&quot;font-size: 15px;&quot;&gt;2&lt;/font&gt;" style="text;html=1;align=center;verticalAlign=middle;resizable=0;points=[];autosize=1;strokeColor=none;fillColor=none;" vertex="1" parent="1">
+         <mxCell id="-jdkFNmnd9usdq8cUEob-72" value="&lt;font style=&quot;font-size: 15px;&quot;&gt;2&lt;/font&gt;" style="text;html=1;align=center;verticalAlign=middle;resizable=0;points=[];autosize=1;strokeColor=none;fillColor=none;" parent="1" vertex="1">
          <mxGeometry x="610" y="562.5" width="30" height="30" as="geometry" />
        </mxCell>
-         <mxCell id="-jdkFNmnd9usdq8cUEob-73" value="&lt;div&gt;&lt;font style=&quot;font-size: 15px;&quot;&gt;&amp;lt;&amp;lt;protocol&amp;gt;&amp;gt;&lt;/font&gt;&lt;/div&gt;&lt;span style=&quot;font-size: 15px;&quot;&gt;TCP/IP&lt;/span&gt;" style="text;html=1;align=center;verticalAlign=middle;resizable=0;points=[];autosize=1;strokeColor=none;fillColor=none;" vertex="1" parent="1">
+         <mxCell id="-jdkFNmnd9usdq8cUEob-73" value="&lt;div&gt;&lt;font style=&quot;font-size: 15px;&quot;&gt;&amp;lt;&amp;lt;protocol&amp;gt;&amp;gt;&lt;/font&gt;&lt;/div&gt;&lt;span style=&quot;font-size: 15px;&quot;&gt;TCP/IP&lt;/span&gt;" style="text;html=1;align=center;verticalAlign=middle;resizable=0;points=[];autosize=1;strokeColor=none;fillColor=none;" parent="1" vertex="1">
          <mxGeometry x="700" y="585" width="110" height="50" as="geometry" />
        </mxCell>
-         <mxCell id="-jdkFNmnd9usdq8cUEob-78" value="&amp;lt;&amp;lt;DBMS&amp;gt;&amp;gt;&lt;div&gt;&lt;b&gt;mongod&lt;/b&gt;&lt;/div&gt;" style="verticalAlign=top;align=left;spacingTop=8;spacingLeft=2;spacingRight=12;shape=cube;size=10;direction=south;fontStyle=4;html=1;whiteSpace=wrap;" vertex="1" parent="1">
+         <mxCell id="-jdkFNmnd9usdq8cUEob-78" value="&amp;lt;&amp;lt;DBMS&amp;gt;&amp;gt;&lt;div&gt;&lt;b&gt;mongod&lt;/b&gt;&lt;/div&gt;" style="verticalAlign=top;align=left;spacingTop=8;spacingLeft=2;spacingRight=12;shape=cube;size=10;direction=south;fontStyle=4;html=1;whiteSpace=wrap;" parent="1" vertex="1">
          <mxGeometry x="90" y="535" width="220" height="155" as="geometry" />
        </mxCell>
-         <mxCell id="-jdkFNmnd9usdq8cUEob-79" value="" style="shape=cylinder3;whiteSpace=wrap;html=1;boundedLbl=1;backgroundOutline=1;size=15;" vertex="1" parent="1">
+         <mxCell id="-jdkFNmnd9usdq8cUEob-79" value="" style="shape=cylinder3;whiteSpace=wrap;html=1;boundedLbl=1;backgroundOutline=1;size=15;" parent="1" vertex="1">
          <mxGeometry x="169.25" y="575" width="61.5" height="50" as="geometry" />
        </mxCell>
-         <mxCell id="-jdkFNmnd9usdq8cUEob-80" value="" style="shape=cylinder3;whiteSpace=wrap;html=1;boundedLbl=1;backgroundOutline=1;size=15;" vertex="1" parent="1">
+         <mxCell id="-jdkFNmnd9usdq8cUEob-80" value="" style="shape=cylinder3;whiteSpace=wrap;html=1;boundedLbl=1;backgroundOutline=1;size=15;" parent="1" vertex="1">
          <mxGeometry x="230" y="627.5" width="61.5" height="50" as="geometry" />
        </mxCell>
-         <mxCell id="-jdkFNmnd9usdq8cUEob-81" value="" style="shape=cylinder3;whiteSpace=wrap;html=1;boundedLbl=1;backgroundOutline=1;size=15;" vertex="1" parent="1">
+         <mxCell id="-jdkFNmnd9usdq8cUEob-81" value="" style="shape=cylinder3;whiteSpace=wrap;html=1;boundedLbl=1;backgroundOutline=1;size=15;" parent="1" vertex="1">
          <mxGeometry x="107.75" y="627.5" width="61.5" height="50" as="geometry" />
        </mxCell>
-         <mxCell id="-jdkFNmnd9usdq8cUEob-82" value="&lt;b&gt;P&lt;/b&gt;" style="text;html=1;align=center;verticalAlign=middle;resizable=0;points=[];autosize=1;strokeColor=none;fillColor=none;" vertex="1" parent="1">
+         <mxCell id="-jdkFNmnd9usdq8cUEob-82" value="&lt;b&gt;P&lt;/b&gt;" style="text;html=1;align=center;verticalAlign=middle;resizable=0;points=[];autosize=1;strokeColor=none;fillColor=none;" parent="1" vertex="1">
          <mxGeometry x="185" y="600" width="30" height="30" as="geometry" />
        </mxCell>
-         <mxCell id="-jdkFNmnd9usdq8cUEob-83" value="&lt;b&gt;S&lt;/b&gt;" style="text;html=1;align=center;verticalAlign=middle;resizable=0;points=[];autosize=1;strokeColor=none;fillColor=none;" vertex="1" parent="1">
+         <mxCell id="-jdkFNmnd9usdq8cUEob-83" value="&lt;b&gt;S&lt;/b&gt;" style="text;html=1;align=center;verticalAlign=middle;resizable=0;points=[];autosize=1;strokeColor=none;fillColor=none;" parent="1" vertex="1">
          <mxGeometry x="245.75" y="650" width="30" height="30" as="geometry" />
        </mxCell>
-         <mxCell id="-jdkFNmnd9usdq8cUEob-84" value="&lt;b&gt;S&lt;/b&gt;" style="text;html=1;align=center;verticalAlign=middle;resizable=0;points=[];autosize=1;strokeColor=none;fillColor=none;" vertex="1" parent="1">
+         <mxCell id="-jdkFNmnd9usdq8cUEob-84" value="&lt;b&gt;S&lt;/b&gt;" style="text;html=1;align=center;verticalAlign=middle;resizable=0;points=[];autosize=1;strokeColor=none;fillColor=none;" parent="1" vertex="1">
          <mxGeometry x="123.5" y="650" width="30" height="30" as="geometry" />
        </mxCell>
-         <mxCell id="-jdkFNmnd9usdq8cUEob-85" value="&lt;div&gt;&lt;font style=&quot;font-size: 15px;&quot;&gt;&amp;lt;&amp;lt;protocol&amp;gt;&amp;gt;&lt;/font&gt;&lt;/div&gt;&lt;span style=&quot;font-size: 15px;&quot;&gt;TCP/IP&lt;/span&gt;" style="text;html=1;align=center;verticalAlign=middle;resizable=0;points=[];autosize=1;strokeColor=none;fillColor=none;" vertex="1" parent="1">
+         <mxCell id="-jdkFNmnd9usdq8cUEob-85" value="&lt;div&gt;&lt;font style=&quot;font-size: 15px;&quot;&gt;&amp;lt;&amp;lt;protocol&amp;gt;&amp;gt;&lt;/font&gt;&lt;/div&gt;&lt;span style=&quot;font-size: 15px;&quot;&gt;TCP/IP&lt;/span&gt;" style="text;html=1;align=center;verticalAlign=middle;resizable=0;points=[];autosize=1;strokeColor=none;fillColor=none;" parent="1" vertex="1">
          <mxGeometry x="500" y="535" width="110" height="50" as="geometry" />
        </mxCell>
-         <mxCell id="-jdkFNmnd9usdq8cUEob-86" value="&lt;font style=&quot;font-size: 15px;&quot;&gt;3..4&lt;/font&gt;" style="text;html=1;align=center;verticalAlign=middle;resizable=0;points=[];autosize=1;strokeColor=none;fillColor=none;" vertex="1" parent="1">
+         <mxCell id="-jdkFNmnd9usdq8cUEob-86" value="&lt;font style=&quot;font-size: 15px;&quot;&gt;3..4&lt;/font&gt;" style="text;html=1;align=center;verticalAlign=middle;resizable=0;points=[];autosize=1;strokeColor=none;fillColor=none;" parent="1" vertex="1">
          <mxGeometry x="605" y="525" width="50" height="30" as="geometry" />
        </mxCell>
-         <mxCell id="-jdkFNmnd9usdq8cUEob-87" value="&lt;font style=&quot;font-size: 15px;&quot;&gt;3..4&lt;/font&gt;" style="text;html=1;align=center;verticalAlign=middle;resizable=0;points=[];autosize=1;strokeColor=none;fillColor=none;" vertex="1" parent="1">
+         <mxCell id="-jdkFNmnd9usdq8cUEob-87" value="&lt;font style=&quot;font-size: 15px;&quot;&gt;3..4&lt;/font&gt;" style="text;html=1;align=center;verticalAlign=middle;resizable=0;points=[];autosize=1;strokeColor=none;fillColor=none;" parent="1" vertex="1">
          <mxGeometry x="470" y="490" width="50" height="30" as="geometry" />
        </mxCell>
-         <mxCell id="-jdkFNmnd9usdq8cUEob-88" value="&lt;div&gt;&lt;font style=&quot;font-size: 15px;&quot;&gt;&amp;lt;&amp;lt;protocol&amp;gt;&amp;gt;&lt;/font&gt;&lt;/div&gt;&lt;span style=&quot;font-size: 15px;&quot;&gt;TCP/IP&lt;/span&gt;" style="text;html=1;align=center;verticalAlign=middle;resizable=0;points=[];autosize=1;strokeColor=none;fillColor=none;" vertex="1" parent="1">
+         <mxCell id="-jdkFNmnd9usdq8cUEob-88" value="&lt;div&gt;&lt;font style=&quot;font-size: 15px;&quot;&gt;&amp;lt;&amp;lt;protocol&amp;gt;&amp;gt;&lt;/font&gt;&lt;/div&gt;&lt;span style=&quot;font-size: 15px;&quot;&gt;TCP/IP&lt;/span&gt;" style="text;html=1;align=center;verticalAlign=middle;resizable=0;points=[];autosize=1;strokeColor=none;fillColor=none;" parent="1" vertex="1">
          <mxGeometry x="390" y="435" width="110" height="50" as="geometry" />
        </mxCell>
-         <mxCell id="-jdkFNmnd9usdq8cUEob-89" value="&lt;font style=&quot;font-size: 15px;&quot;&gt;2..10&lt;/font&gt;" style="text;html=1;align=center;verticalAlign=middle;resizable=0;points=[];autosize=1;strokeColor=none;fillColor=none;" vertex="1" parent="1">
-           <mxGeometry x="360" y="490" width="60" height="30" as="geometry" />
+         <mxCell id="-jdkFNmnd9usdq8cUEob-89" value="&lt;font style=&quot;font-size: 15px;&quot;&gt;2..*&lt;/font&gt;" style="text;html=1;align=center;verticalAlign=middle;resizable=0;points=[];autosize=1;strokeColor=none;fillColor=none;" parent="1" vertex="1">
+           <mxGeometry x="365" y="490" width="50" height="30" as="geometry" />
        </mxCell>
      </root>
    </mxGraphModel>
  </diagram>
</mxfile>
